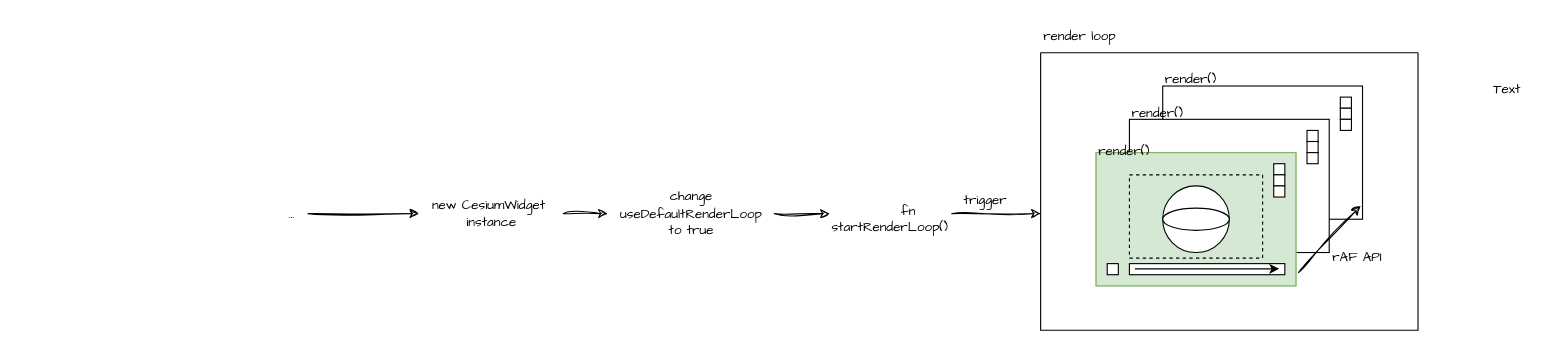
Before: Temp/需要发布的博客/01Cesium的渲染调度/01Cesium的渲染调度.drawio in githubli1123/CesiumExampleCollection, a draw.io diagram. Source tidied: cells renumbered, new cells numbered last; positions are measured from the earlier drawing's top-left corner, leaving out a move shared by most shapes. Both pictures are drawn from the tidied source at 111%, with x=0, y=0 at pixel (274, 19).
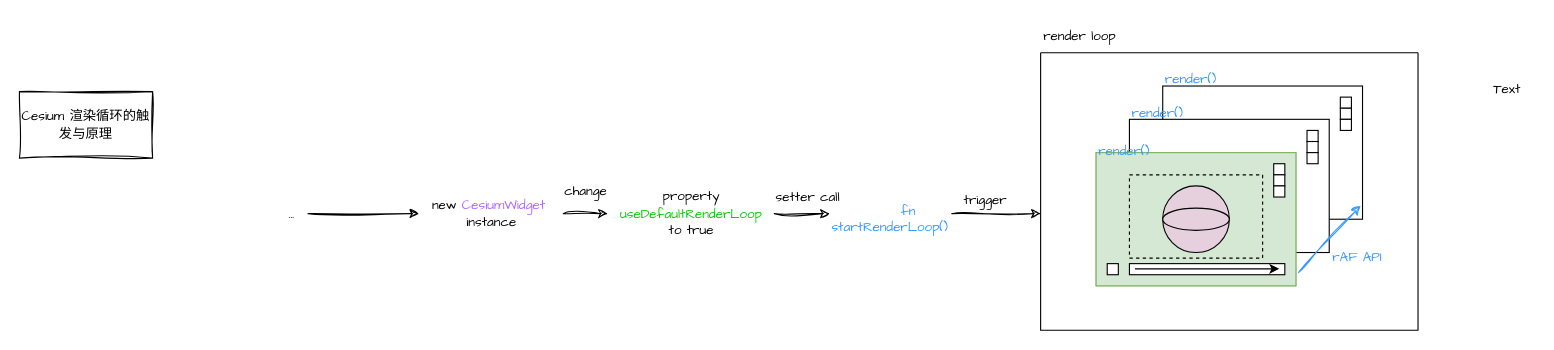
After the change.

Unchanged cells that the change refers to:
```xml
<mxCell id="2" style="rounded=0;whiteSpace=wrap;html=1;" parent="1" vertex="1">
  <mxGeometry x="800" y="60" width="180" height="120" as="geometry" />
</mxCell>
<mxCell id="13" style="swimlane;startSize=0;rounded=0;glass=0;shadow=0;swimlaneLine=1;" parent="1" vertex="1">
  <mxGeometry x="690" y="30" width="340" height="250" as="geometry" />
</mxCell>
<mxCell id="16" style="rounded=0;whiteSpace=wrap;html=1;fillColor=#d5e8d4;strokeColor=#82b366;" parent="1" vertex="1">
  <mxGeometry x="740" y="120" width="180" height="120" as="geometry" />
</mxCell>
```

Change to the diagram source:
```diff
@@
-    <mxCell id="12" value="&lt;font face=&quot;Comic Sans MS&quot;&gt;change&lt;/font&gt;&lt;br&gt;&lt;div&gt;&lt;font face=&quot;Comic Sans MS&quot;&gt;useDefaultRenderLoop&lt;/font&gt;&lt;div&gt;&lt;font face=&quot;Comic Sans MS&quot;&gt;to true&lt;/font&gt;&lt;/div&gt;&lt;/div&gt;" style="text;html=1;align=center;verticalAlign=middle;points=[];strokeColor=none;fillColor=none;" parent="1" vertex="1">
+    <mxCell id="12" value="&lt;font face=&quot;Comic Sans MS&quot;&gt;property&lt;/font&gt;&lt;br&gt;&lt;div&gt;&lt;font color=&quot;#00cc00&quot; face=&quot;Comic Sans MS&quot;&gt;useDefaultRenderLoop&lt;/font&gt;&lt;div&gt;&lt;font face=&quot;Comic Sans MS&quot;&gt;to true&lt;/font&gt;&lt;/div&gt;&lt;/div&gt;" style="text;html=1;align=center;verticalAlign=middle;points=[];strokeColor=none;fillColor=none;" parent="1" vertex="1">
       <mxGeometry x="300" y="145" width="150" height="60" as="geometry" />
     </mxCell>
@@
-    <mxCell id="14" value="&lt;font face=&quot;Comic Sans MS&quot;&gt;rAF API&lt;/font&gt;" style="text;html=1;align=center;verticalAlign=middle;strokeColor=none;fillColor=none;fontFamily=Architects Daughter;" parent="13" vertex="1">
+    <mxCell id="14" value="&lt;font color=&quot;#3399ff&quot; face=&quot;Comic Sans MS&quot;&gt;rAF API&lt;/font&gt;" style="text;html=1;align=center;verticalAlign=middle;strokeColor=none;fillColor=none;fontFamily=Architects Daughter;" parent="13" vertex="1">
       <mxGeometry x="250" y="170" width="70" height="30" as="geometry" />
     </mxCell>
-    <mxCell id="15" value="&lt;font face=&quot;Comic Sans MS&quot;&gt;render()&lt;/font&gt;" style="text;html=1;align=center;verticalAlign=middle;strokeColor=none;fillColor=none;fontFamily=Architects Daughter;" parent="13" vertex="1">
+    <mxCell id="15" value="&lt;font color=&quot;#3399ff&quot; face=&quot;Comic Sans MS&quot;&gt;render()&lt;/font&gt;" style="text;html=1;align=center;verticalAlign=middle;strokeColor=none;fillColor=none;fontFamily=Architects Daughter;" parent="13" vertex="1">
       <mxGeometry x="70" y="40" width="70" height="30" as="geometry" />
     </mxCell>
@@
-    <mxCell id="17" style="ellipse;whiteSpace=wrap;html=1;" parent="1" vertex="1">
+    <mxCell id="17" style="ellipse;whiteSpace=wrap;html=1;fillColor=#E6D0DE;" parent="1" vertex="1">
       <mxGeometry x="800" y="150" width="60" height="60" as="geometry" />
     </mxCell>
@@
-    <mxCell id="25" style="ellipse;whiteSpace=wrap;html=1;" parent="1" vertex="1">
+    <mxCell id="25" style="ellipse;whiteSpace=wrap;html=1;fillColor=#E6D0DE;" parent="1" vertex="1">
       <mxGeometry x="800" y="170" width="60" height="20" as="geometry" />
     </mxCell>
-    <mxCell id="26" value="             fn&#10;startRenderLoop()" style="text;whiteSpace=wrap;fontFamily=Comic Sans MS;" parent="1" vertex="1">
+    <mxCell id="26" value="             fn&#10;startRenderLoop()" style="text;whiteSpace=wrap;fontFamily=Comic Sans MS;fontColor=#3399FF;" parent="1" vertex="1">
       <mxGeometry x="500" y="160" width="110" height="30" as="geometry" />
     </mxCell>
@@
-    <mxCell id="31" value="&lt;font face=&quot;Comic Sans MS&quot;&gt;new CesiumWidget&amp;nbsp;&lt;/font&gt;&lt;div&gt;&lt;font face=&quot;Comic Sans MS&quot;&gt;instance&lt;/font&gt;&lt;/div&gt;" style="text;html=1;align=center;verticalAlign=middle;points=[];strokeColor=none;fillColor=none;" parent="1" vertex="1">
+    <mxCell id="31" value="&lt;font face=&quot;Comic Sans MS&quot;&gt;new &lt;font color=&quot;#b266ff&quot;&gt;CesiumWidget&lt;/font&gt;&amp;nbsp;&lt;/font&gt;&lt;div&gt;&lt;font face=&quot;Comic Sans MS&quot;&gt;instance&lt;/font&gt;&lt;/div&gt;" style="text;html=1;align=center;verticalAlign=middle;points=[];strokeColor=none;fillColor=none;" parent="1" vertex="1">
       <mxGeometry x="130" y="155" width="130" height="40" as="geometry" />
     </mxCell>
@@
-    <mxCell id="35" style="endArrow=classic;html=1;rounded=0;flowAnimation=0;sketch=1;curveFitting=1;jiggle=2;jumpStyle=none;entryX=0.99;entryY=0.9;entryDx=0;entryDy=0;exitX=1.013;exitY=0.9;exitDx=0;exitDy=0;exitPerimeter=0;entryPerimeter=0;" parent="1" edge="1" source="16" target="2">
+    <mxCell id="35" style="endArrow=classic;html=1;rounded=0;flowAnimation=0;sketch=1;curveFitting=1;jiggle=2;jumpStyle=none;entryX=0.99;entryY=0.9;entryDx=0;entryDy=0;exitX=1.013;exitY=0.9;exitDx=0;exitDy=0;exitPerimeter=0;entryPerimeter=0;strokeColor=#3399FF;" parent="1" edge="1" source="16" target="2">
       <mxGeometry relative="1" as="geometry" />
     </mxCell>
-    <mxCell id="36" value="&lt;font face=&quot;Comic Sans MS&quot;&gt;render()&lt;/font&gt;" style="text;html=1;align=center;verticalAlign=middle;strokeColor=none;fillColor=none;fontFamily=Architects Daughter;" parent="1" vertex="1">
+    <mxCell id="36" value="&lt;font color=&quot;#3399ff&quot; face=&quot;Comic Sans MS&quot;&gt;render()&lt;/font&gt;" style="text;html=1;align=center;verticalAlign=middle;strokeColor=none;fillColor=none;fontFamily=Architects Daughter;" parent="1" vertex="1">
       <mxGeometry x="730" y="105" width="70" height="30" as="geometry" />
     </mxCell>
-    <mxCell id="37" value="&lt;font face=&quot;Comic Sans MS&quot;&gt;render()&lt;/font&gt;" style="text;html=1;align=center;verticalAlign=middle;strokeColor=none;fillColor=none;fontFamily=Architects Daughter;" parent="1" vertex="1">
+    <mxCell id="37" value="&lt;font color=&quot;#3399ff&quot; face=&quot;Comic Sans MS&quot;&gt;render()&lt;/font&gt;" style="text;html=1;align=center;verticalAlign=middle;strokeColor=none;fillColor=none;fontFamily=Architects Daughter;" parent="1" vertex="1">
       <mxGeometry x="790" y="40" width="70" height="30" as="geometry" />
     </mxCell>
+    <mxCell id="38" value="&lt;font face=&quot;Comic Sans MS&quot;&gt;setter call&lt;/font&gt;" style="text;html=1;align=center;verticalAlign=middle;strokeColor=none;fillColor=none;" parent="1" vertex="1">
+      <mxGeometry x="440" y="145" width="80" height="30" as="geometry" />
+    </mxCell>
+    <mxCell id="39" value="&lt;font face=&quot;Comic Sans MS&quot;&gt;change&lt;/font&gt;" style="text;html=1;align=center;verticalAlign=middle;strokeColor=none;fillColor=none;" parent="1" vertex="1">
+      <mxGeometry x="250" y="140" width="60" height="30" as="geometry" />
+    </mxCell>
+    <mxCell id="40" value="&lt;font face=&quot;Comic Sans MS&quot;&gt;Cesium 渲染循环的触发与原理&lt;/font&gt;" style="whiteSpace=wrap;html=1;sketch=1;curveFitting=1;jiggle=2;" parent="1" vertex="1">
+      <mxGeometry x="-230" y="65" width="120" height="60" as="geometry" />
+    </mxCell>
```
